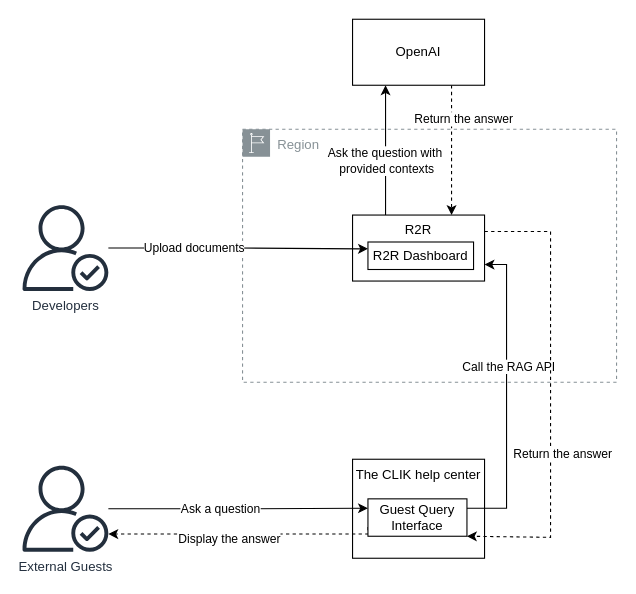
This is page "Page-1" (1 of 5) of Help Center Buddy.drawio from yaohuiwu/SimpleFS, a draw.io file, before an edit. Source tidied: cells renumbered, new cells numbered last; positions are measured from the earlier drawing's top-left corner, leaving out a move shared by most shapes. Both pictures are drawn from the tidied source at 110%, with x=0, y=0 at pixel (22, 19).
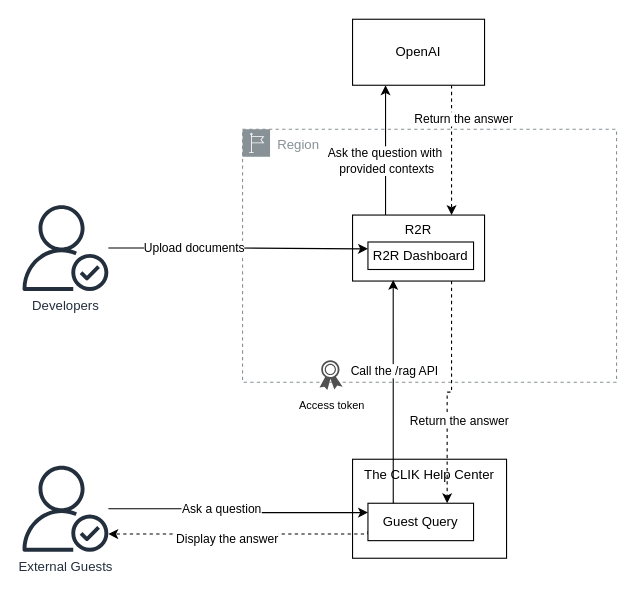
The same diagram, later.

Unchanged cells that the change refers to:
```xml
<mxCell id="5" value="R2R" style="rounded=0;whiteSpace=wrap;html=1;verticalAlign=top;" parent="1" vertex="1">
  <mxGeometry x="300" y="178" width="120" height="60" as="geometry" />
</mxCell>
```

What changed in the source:
```diff
@@
-    <mxCell id="6" value="The CLIK help center" style="rounded=0;whiteSpace=wrap;html=1;verticalAlign=top;" parent="1" vertex="1">
-      <mxGeometry x="300" y="400" width="120" height="90" as="geometry" />
+    <mxCell id="6" value="The CLIK Help Center" style="rounded=0;whiteSpace=wrap;html=1;verticalAlign=top;" parent="1" vertex="1">
+      <mxGeometry x="300" y="400" width="140" height="90" as="geometry" />
     </mxCell>
@@
-    <mxCell id="15" style="edgeStyle=orthogonalEdgeStyle;rounded=0;jettySize=auto;html=1;exitX=1;exitY=0.25;exitDx=0;exitDy=0;entryX=1;entryY=0.75;entryDx=0;entryDy=0;" parent="1" edge="1" source="17" target="5">
-      <mxGeometry relative="1" as="geometry" />
+    <mxCell id="15" style="edgeStyle=orthogonalEdgeStyle;rounded=0;jettySize=auto;html=1;exitX=0.25;exitY=0;exitDx=0;exitDy=0;entryX=0.308;entryY=0.983;entryDx=0;entryDy=0;entryPerimeter=0;" parent="1" edge="1" source="17" target="5">
+      <mxGeometry relative="1" as="geometry">
+        <Array as="points">
+          <mxPoint x="337" y="430" />
+          <mxPoint x="337" y="430" />
+        </Array>
+      </mxGeometry>
     </mxCell>
-    <mxCell id="16" value="Call the RAG API" style="edgeLabel;html=1;align=center;verticalAlign=middle;" parent="15" vertex="1">
+    <mxCell id="16" value="Call the /rag API" style="edgeLabel;html=1;align=center;verticalAlign=middle;" parent="15" vertex="1">
       <mxGeometry x="0.19" y="-1" relative="1" as="geometry" />
     </mxCell>
-    <mxCell id="17" value="Guest Query Interface" style="rounded=0;whiteSpace=wrap;html=1;" parent="1" vertex="1">
-      <mxGeometry x="314" y="436" width="90" height="34" as="geometry" />
+    <mxCell id="17" value="Guest Query" style="rounded=0;whiteSpace=wrap;html=1;" parent="1" vertex="1">
+      <mxGeometry x="314" y="440" width="96" height="34" as="geometry" />
     </mxCell>
-    <mxCell id="18" style="edgeStyle=orthogonalEdgeStyle;rounded=0;jettySize=auto;html=1;exitX=1;exitY=0.25;exitDx=0;exitDy=0;entryX=1;entryY=1;entryDx=0;entryDy=0;dashed=1;" parent="1" edge="1" source="5" target="17">
-      <mxGeometry relative="1" as="geometry">
-        <Array as="points">
-          <mxPoint x="480" y="193" />
-          <mxPoint x="480" y="471" />
-        </Array>
-      </mxGeometry>
+    <mxCell id="18" style="edgeStyle=orthogonalEdgeStyle;rounded=0;jettySize=auto;html=1;exitX=0.75;exitY=1;exitDx=0;exitDy=0;dashed=1;entryX=0.75;entryY=0;entryDx=0;entryDy=0;" parent="1" edge="1" source="5" target="17">
+      <mxGeometry relative="1" as="geometry" />
     </mxCell>
@@
+    <mxCell id="24" value="&lt;font style=&quot;font-size: 10px;&quot;&gt;Access token&lt;/font&gt;" style="sketch=0;shadow=0;dashed=0;html=1;strokeColor=none;fillColor=#505050;labelPosition=center;verticalLabelPosition=bottom;verticalAlign=top;align=center;shape=mxgraph.office.security.token;" parent="1" vertex="1">
+      <mxGeometry x="270" y="310" width="21" height="27" as="geometry" />
+    </mxCell>
```
